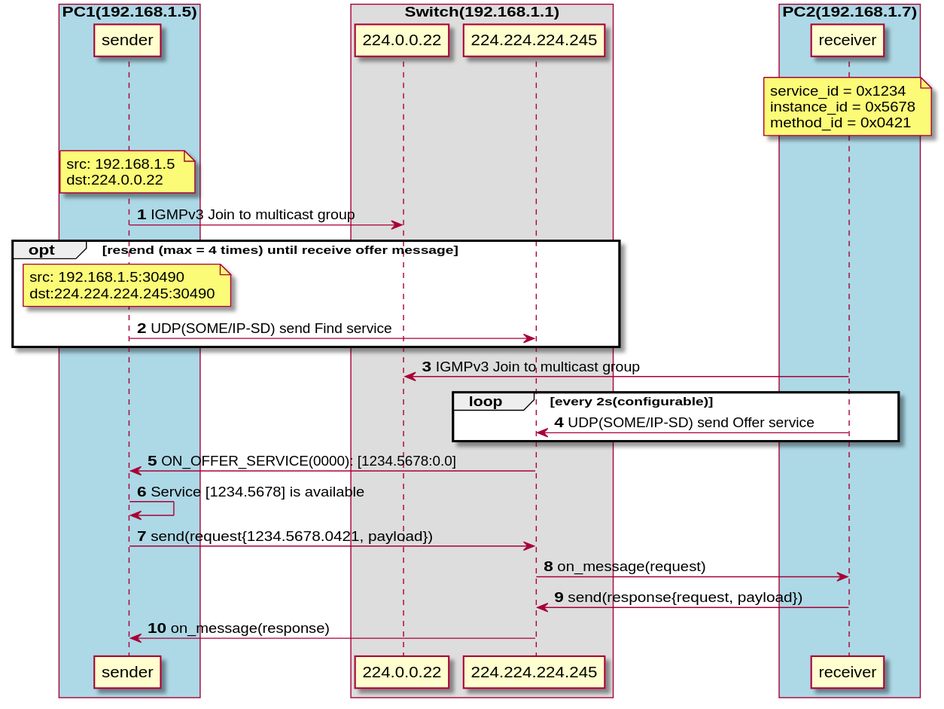
This is doc/design/OverView.svg from minhthedt/vsomeip-example, a PlantUML export, as it was before one commit.
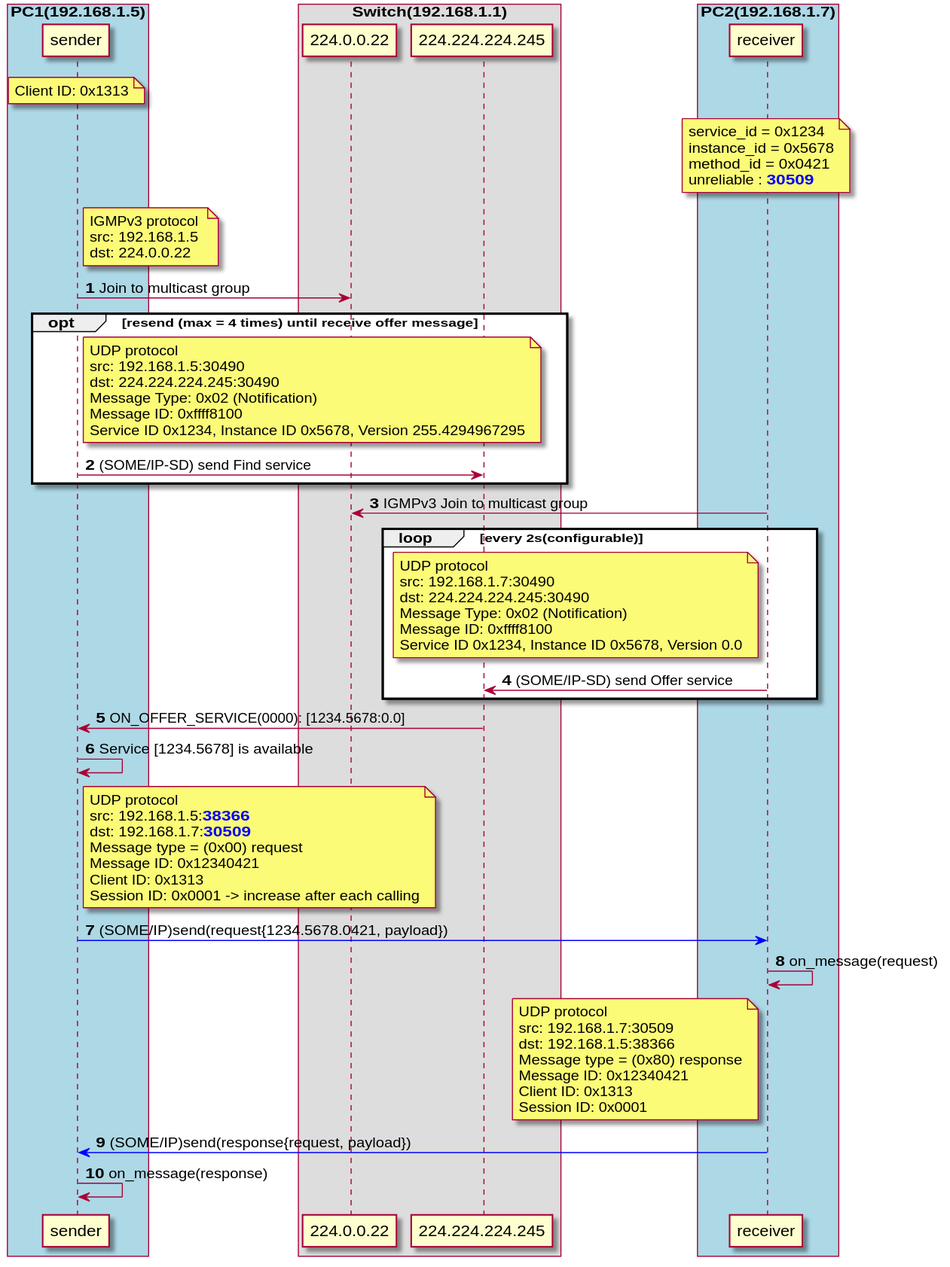
The same file after the commit.

Commit message:
Auto-render: update all PlantUML diagrams to SVG

Change to the diagram source:
```diff
@@ -12,23 +12,64 @@
 participant "receiver" as client2
 
 end box
-note over client2: service_id = 0x1234\ninstance_id = 0x5678\nmethod_id = 0x0421
-note over client1: src: 192.168.1.5 \ndst:224.0.0.22
-client1->router_igmp: IGMPv3 Join to multicast group
+note over client1: Client ID: 0x1313
+note over client2
+service_id = 0x1234
+instance_id = 0x5678
+method_id = 0x0421
+unreliable : **<color blue>30509</color>**
+end note
+note right of client1: IGMPv3 protocol\nsrc: 192.168.1.5 \ndst: 224.0.0.22
+client1->router_igmp: Join to multicast group
 
 opt resend (max = 4 times) until receive offer message
-note over client1: src: 192.168.1.5:30490 \ndst:224.224.224.245:30490
-client1->rounter_mutilcast: UDP(SOME/IP-SD) send Find service
+note right of client1
+UDP protocol
+src: 192.168.1.5:30490
+dst: 224.224.224.245:30490
+Message Type: 0x02 (Notification)
+Message ID: 0xffff8100
+Service ID 0x1234, Instance ID 0x5678, Version 255.4294967295
+end note
+client1->rounter_mutilcast: (SOME/IP-SD) send Find service
 end
 client2->router_igmp: IGMPv3 Join to multicast group
 loop every 2s(configurable)
-client2->rounter_mutilcast: UDP(SOME/IP-SD) send Offer service
+note left of client2
+UDP protocol
+src: 192.168.1.7:30490
+dst: 224.224.224.245:30490
+Message Type: 0x02 (Notification)
+Message ID: 0xffff8100
+Service ID 0x1234, Instance ID 0x5678, Version 0.0
+end note
+client2->rounter_mutilcast: (SOME/IP-SD) send Offer service
 end
 
 rounter_mutilcast->client1: ON_OFFER_SERVICE(0000): [1234.5678:0.0]
 client1->client1: Service [1234.5678] is available
-client1->rounter_mutilcast: send(request{1234.5678.0421, payload})
-rounter_mutilcast->client2: on_message(request)
-client2->rounter_mutilcast: send(response{request, payload})
-rounter_mutilcast->client1: on_message(response)
+
+note right of client1
+UDP protocol
+src: 192.168.1.5:**<color blue>38366</color>**
+dst: 192.168.1.7:**<color blue>30509</color>**
+Message type = (0x00) request
+Message ID: 0x12340421
+Client ID: 0x1313
+Session ID: 0x0001 -> increase after each calling
+end note
+client1-[#blue]>client2: (SOME/IP)send(request{1234.5678.0421, payload})
+client2->client2: on_message(request)
+
+note left of client2
+UDP protocol
+src: 192.168.1.7:30509
+dst: 192.168.1.5:38366
+Message type = (0x80) response
+Message ID: 0x12340421
+Client ID: 0x1313
+Session ID: 0x0001
+end note
+client2-[#blue]>client1: (SOME/IP)send(response{request, payload})
+client1->client1: on_message(response)
 @enduml
```
